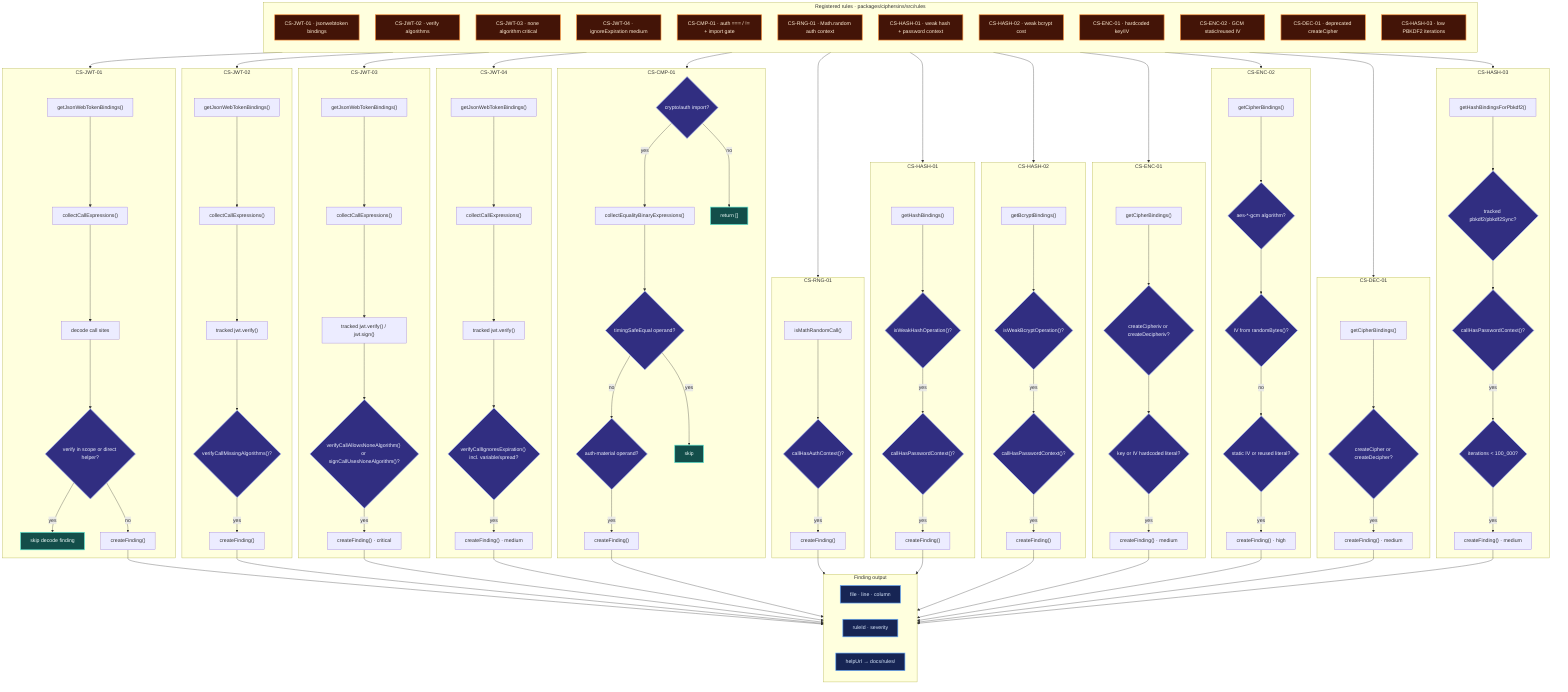
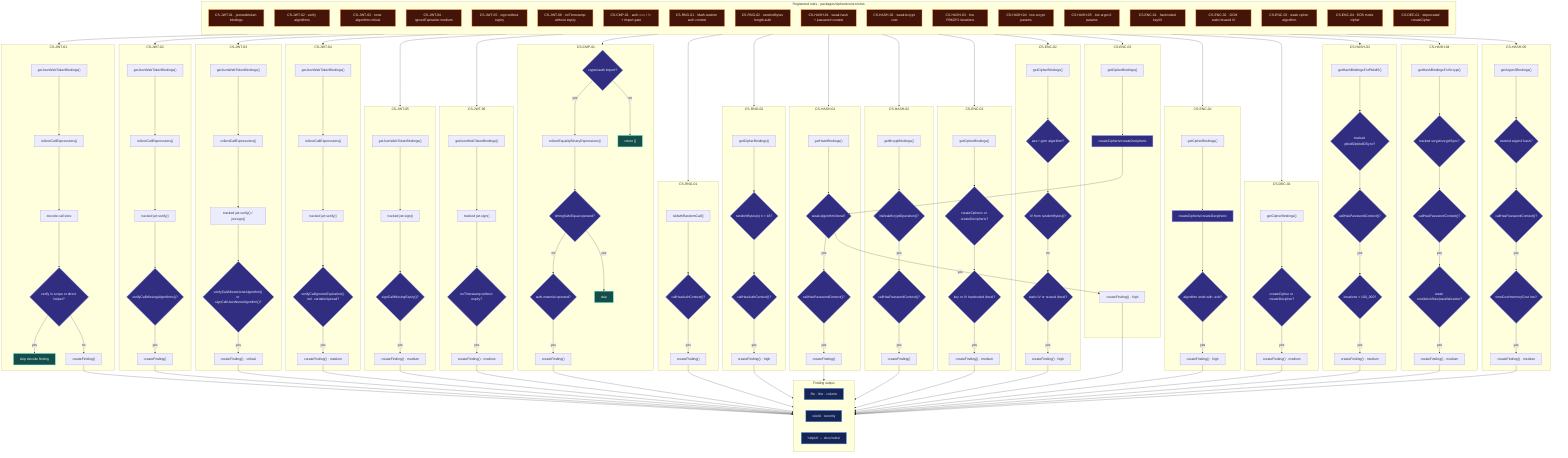
flowchart TB
	subgraph RULES["Registered rules · packages/ciphersins/src/rules"]
		direction TB
		JWT["CS-JWT-01 · jsonwebtoken bindings"]
		JWT2["CS-JWT-02 · verify algorithms"]
		JWT3["CS-JWT-03 · none algorithm critical"]
		JWT4["CS-JWT-04 · ignoreExpiration medium"]
+ 		JWT5["CS-JWT-05 · sign without expiry"]
+ 		JWT6["CS-JWT-06 · noTimestamp without expiry"]
		CMP["CS-CMP-01 · auth === / != + import gate"]
		RNG["CS-RNG-01 · Math.random auth context"]
+ 		RNG2["CS-RNG-02 · randomBytes length auth"]
		HASH["CS-HASH-01 · weak hash + password context"]
		HASH2["CS-HASH-02 · weak bcrypt cost"]
+ 		HASH3["CS-HASH-03 · low PBKDF2 iterations"]
+ 		HASH4["CS-HASH-04 · low scrypt params"]
+ 		HASH5["CS-HASH-05 · low argon2 params"]
		ENC1["CS-ENC-01 · hardcoded key/IV"]
		ENC2["CS-ENC-02 · GCM static/reused IV"]
+ 		ENC3["CS-ENC-03 · weak cipher algorithm"]
+ 		ENC4["CS-ENC-04 · ECB mode cipher"]
		DEC1["CS-DEC-01 · deprecated createCipher"]
- 		HASH3["CS-HASH-03 · low PBKDF2 iterations"]
	end

	subgraph JWT_FLOW["CS-JWT-01"]
		BIND["getJsonWebTokenBindings()"]
		WALK["collectCallExpressions()"]
		VERIFY{"verify in scope or direct helper?"}
		DECODE["decode call sites"]
		BIND --> WALK --> DECODE --> VERIFY
		VERIFY -->|yes| JCLEAN["skip decode finding"]
		VERIFY -->|no| JFIND["createFinding()"]
	end

	subgraph JWT2_FLOW["CS-JWT-02"]
		BIND2["getJsonWebTokenBindings()"]
		WALK2["collectCallExpressions()"]
		VMATCH["tracked jwt.verify()"]
		VALG{"verifyCallMissingAlgorithms()?"}
		BIND2 --> WALK2 --> VMATCH --> VALG
		VALG -->|yes| J2FIND["createFinding()"]
	end

	subgraph JWT3_FLOW["CS-JWT-03"]
		BIND3["getJsonWebTokenBindings()"]
		WALK3["collectCallExpressions()"]
		VSMATCH["tracked jwt.verify() / jwt.sign()"]
		VNONE{"verifyCallAllowsNoneAlgorithm() or signCallUsesNoneAlgorithm()?"}
		BIND3 --> WALK3 --> VSMATCH --> VNONE
		VNONE -->|yes| J3FIND["createFinding() · critical"]
	end

	subgraph JWT4_FLOW["CS-JWT-04"]
		BIND4["getJsonWebTokenBindings()"]
		WALK4["collectCallExpressions()"]
		VMATCH4["tracked jwt.verify()"]
		VEXP{"verifyCallIgnoresExpiration() incl. variable/spread?"}
		BIND4 --> WALK4 --> VMATCH4 --> VEXP
		VEXP -->|yes| J4FIND["createFinding() · medium"]
	end

	subgraph CMP_FLOW["CS-CMP-01"]
		GATE{"crypto/auth import?"}
		BIN["collectEqualityBinaryExpressions()"]
		AUTH{"auth-material operand?"}
		SAFE{"timingSafeEqual operand?"}
		GATE -->|no| CCLEAN["return []"]
		GATE -->|yes| BIN --> SAFE
		SAFE -->|yes| CSKIP["skip"]
		SAFE -->|no| AUTH -->|yes| CFIND["createFinding()"]
	end

	subgraph RNG_FLOW["CS-RNG-01"]
		MR["isMathRandomCall()"]
		CTX{"callHasAuthContext()?"}
		MR --> CTX
		CTX -->|yes| RFIND["createFinding()"]
	end

	subgraph HASH_FLOW["CS-HASH-01"]
		HBIND["getHashBindings()"]
		WEAK{"isWeakHashOperation()?"}
		PWD{"callHasPasswordContext()?"}
		HBIND --> WEAK
		WEAK -->|yes| PWD
		PWD -->|yes| HFIND["createFinding()"]
	end

	subgraph HASH2_FLOW["CS-HASH-02"]
		BBIND["getBcryptBindings()"]
		COST{"isWeakBcryptOperation()?"}
		PWD2{"callHasPasswordContext()?"}
		BBIND --> COST
		COST -->|yes| PWD2
		PWD2 -->|yes| H2FIND["createFinding()"]
	end

	subgraph ENC1_FLOW["CS-ENC-01"]
		CBIND["getCipherBindings()"]
		CIV{"createCipheriv or createDecipheriv?"}
		HARD{"key or IV hardcoded literal?"}
		CBIND --> CIV --> HARD
		HARD -->|yes| E1FIND["createFinding() · medium"]
	end

	subgraph ENC2_FLOW["CS-ENC-02"]
		CBIND2["getCipherBindings()"]
		GCM{"aes-*-gcm algorithm?"}
		RAND{"IV from randomBytes()?"}
		REUSE{"static IV or reused literal?"}
		CBIND2 --> GCM --> RAND
		RAND -->|no| REUSE
		REUSE -->|yes| E2FIND["createFinding() · high"]
	end

	subgraph DEC1_FLOW["CS-DEC-01"]
		CBIND3["getCipherBindings()"]
		DEP{"createCipher or createDecipher?"}
		CBIND3 --> DEP
		DEP -->|yes| D1FIND["createFinding() · medium"]
	end

	subgraph HASH3_FLOW["CS-HASH-03"]
		HBIND3["getHashBindingsForPbkdf2()"]
		PBK{"tracked pbkdf2/pbkdf2Sync?"}
		PWD3{"callHasPasswordContext()?"}
		ITER{"iterations < 100_000?"}
		HBIND3 --> PBK --> PWD3
		PWD3 -->|yes| ITER
		ITER -->|yes| H3FIND["createFinding() · medium"]
	end

+ 	subgraph HASH4_FLOW["CS-HASH-04"]
+ 		HBIND4["getHashBindingsForScrypt()"]
+ 		SCR{"tracked scrypt/scryptSync?"}
+ 		PWD4{"callHasPasswordContext()?"}
+ 		WSCRYPT{"weak cost/blockSize/parallelization?"}
+ 		HBIND4 --> SCR --> PWD4
+ 		PWD4 -->|yes| WSCRYPT
+ 		WSCRYPT -->|yes| H4FIND["createFinding() · medium"]
+ 	end
+ 
+ 	subgraph HASH5_FLOW["CS-HASH-05"]
+ 		ABIND["getArgon2Bindings()"]
+ 		AHASH{"tracked argon2 hash?"}
+ 		PWD5{"callHasPasswordContext()?"}
+ 		WARGON{"timeCost/memoryCost low?"}
+ 		ABIND --> AHASH --> PWD5
+ 		PWD5 -->|yes| WARGON
+ 		WARGON -->|yes| H5FIND["createFinding() · medium"]
+ 	end
+ 
+ 	subgraph ENC3_FLOW["CS-ENC-03"]
+ 		CBIND4["getCipherBindings()"]
+ 		WEAK{"weak algorithm literal?"}
+ 		CBIND4 --> CIV2["createCipheriv/createDecipheriv"] --> WEAK
+ 		WEAK -->|yes| E3FIND["createFinding() · high"]
+ 	end
+ 
+ 	subgraph ENC4_FLOW["CS-ENC-04"]
+ 		CBIND5["getCipherBindings()"]
+ 		ECB{"algorithm ends with -ecb?"}
+ 		CBIND5 --> CIV3["createCipheriv/createDecipheriv"] --> ECB
+ 		ECB -->|yes| E4FIND["createFinding() · high"]
+ 	end
+ 
+ 	subgraph JWT5_FLOW["CS-JWT-05"]
+ 		BIND5["getJsonWebTokenBindings()"]
+ 		SIGN["tracked jwt.sign()"]
+ 		EXP{"signCallMissingExpiry()?"}
+ 		BIND5 --> SIGN --> EXP
+ 		EXP -->|yes| J5FIND["createFinding() · medium"]
+ 	end
+ 
+ 	subgraph JWT6_FLOW["CS-JWT-06"]
+ 		BIND6["getJsonWebTokenBindings()"]
+ 		SIGN2["tracked jwt.sign()"]
+ 		NTS{"noTimestamp without expiry?"}
+ 		BIND6 --> SIGN2 --> NTS
+ 		NTS -->|yes| J6FIND["createFinding() · medium"]
+ 	end
+ 
+ 	subgraph RNG2_FLOW["CS-RNG-02"]
+ 		RBIND["getCipherBindings()"]
+ 		SHORT{"randomBytes(n) n < 16?"}
+ 		AUTH2{"callHasAuthContext()?"}
+ 		RBIND --> SHORT --> AUTH2
+ 		AUTH2 -->|yes| R2FIND["createFinding() · high"]
+ 	end
+ 
	subgraph REPORT["Finding output"]
		direction LR
		LOC["file · line · column"]
		MSG["ruleId · severity"]
		DOC["helpUrl → docs/rules/"]
	end

	JWT --> JWT_FLOW
	JWT2 --> JWT2_FLOW
	JWT3 --> JWT3_FLOW
	JWT4 --> JWT4_FLOW
+ 	JWT5 --> JWT5_FLOW
+ 	JWT6 --> JWT6_FLOW
	CMP --> CMP_FLOW
	RNG --> RNG_FLOW
+ 	RNG2 --> RNG2_FLOW
	HASH --> HASH_FLOW
	HASH2 --> HASH2_FLOW
	ENC1 --> ENC1_FLOW
	ENC2 --> ENC2_FLOW
+ 	ENC3 --> ENC3_FLOW
+ 	ENC4 --> ENC4_FLOW
	DEC1 --> DEC1_FLOW
	HASH3 --> HASH3_FLOW
+ 	HASH4 --> HASH4_FLOW
+ 	HASH5 --> HASH5_FLOW
	JFIND --> REPORT
	J2FIND --> REPORT
	J3FIND --> REPORT
	J4FIND --> REPORT
+ 	J5FIND --> REPORT
+ 	J6FIND --> REPORT
	CFIND --> REPORT
	RFIND --> REPORT
+ 	R2FIND --> REPORT
	HFIND --> REPORT
	H2FIND --> REPORT
	E1FIND --> REPORT
	E2FIND --> REPORT
+ 	E3FIND --> REPORT
+ 	E4FIND --> REPORT
	D1FIND --> REPORT
	H3FIND --> REPORT
+ 	H4FIND --> REPORT
+ 	H5FIND --> REPORT

	classDef rule fill:#431407,stroke:#fb923c,stroke-width:2px,color:#ffedd5
	classDef decision fill:#312e81,stroke:#a5b4fc,stroke-width:2px,color:#eef2ff
	classDef clean fill:#134e4a,stroke:#5eead4,stroke-width:2px,color:#f0fdfa
	classDef report fill:#172554,stroke:#60a5fa,stroke-width:2px,color:#dbeafe

- 	class JWT,JWT2,JWT3,JWT4,CMP,RNG,HASH,HASH2,ENC1,ENC2,DEC1,HASH3 rule
- 	class VERIFY,GATE,AUTH,SAFE,CTX,WEAK,PWD,COST,PWD2,VALG,VNONE,VEXP,CIV,HARD,GCM,RAND,REUSE,DEP,PBK,PWD3,ITER decision
+ 	class JWT,JWT2,JWT3,JWT4,JWT5,JWT6,CMP,RNG,RNG2,HASH,HASH2,HASH3,HASH4,HASH5,ENC1,ENC2,ENC3,ENC4,DEC1 rule
+ 	class VERIFY,GATE,AUTH,SAFE,CTX,WEAK,PWD,COST,PWD2,VALG,VNONE,VEXP,CIV,HARD,GCM,RAND,REUSE,DEP,PBK,PWD3,ITER,SCR,PWD4,WSCRYPT,AHASH,PWD5,WARGON,WEAK,ECB,EXP,NTS,SHORT,AUTH2,CIV2,CIV3 decision
	class JCLEAN,CCLEAN,CSKIP clean
	class LOC,MSG,DOC report
